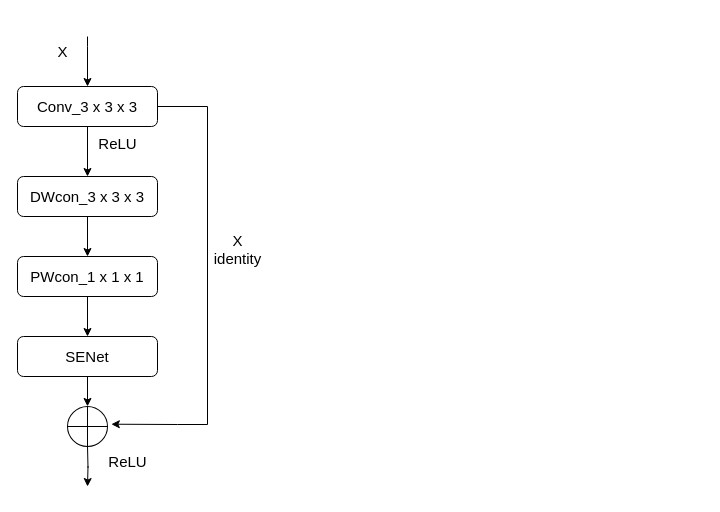
Before: page "图4" (4 of 4) of adnir.drawio in LittleY98/Draw_Repository, a draw.io diagram. Source tidied: cells renumbered, new cells numbered last; positions are measured from the earlier drawing's top-left corner, leaving out a move shared by most shapes. Both pictures are drawn from the tidied source at 100%, with x=0, y=0 at pixel (17, 36).
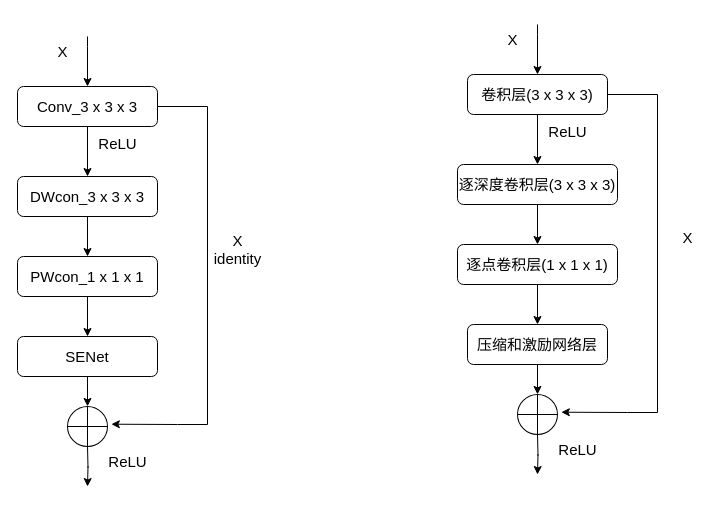
Above is the later version.

Diff of the diagram source:
```diff
@@
+    <mxCell id="18" style="edgeStyle=orthogonalEdgeStyle;rounded=0;jettySize=auto;html=1;fontSize=15;labelBackgroundColor=none;fontColor=default;" parent="1" edge="1" source="19" target="21">
+      <mxGeometry relative="1" as="geometry" />
+    </mxCell>
+    <mxCell id="19" value="卷积层(3 x 3 x 3)" style="rounded=1;whiteSpace=wrap;html=1;hachureGap=4;fontSize=15;labelBackgroundColor=none;" parent="1" vertex="1">
+      <mxGeometry x="450" y="38" width="140" height="40" as="geometry" />
+    </mxCell>
+    <mxCell id="20" style="edgeStyle=orthogonalEdgeStyle;rounded=0;jettySize=auto;html=1;" parent="1" edge="1" source="21" target="27">
+      <mxGeometry relative="1" as="geometry" />
+    </mxCell>
+    <mxCell id="21" value="&lt;font style=&quot;font-size: 15px;&quot;&gt;逐深度卷积层(3 x 3 x 3)&lt;/font&gt;" style="rounded=1;whiteSpace=wrap;html=1;hachureGap=4;fontSize=15;labelBackgroundColor=none;" parent="1" vertex="1">
+      <mxGeometry x="440" y="128" width="160" height="40" as="geometry" />
+    </mxCell>
+    <mxCell id="22" style="edgeStyle=orthogonalEdgeStyle;rounded=0;jettySize=auto;html=1;entryX=0.5;entryY=0;entryDx=0;entryDy=0;fontSize=15;labelBackgroundColor=none;fontColor=default;" parent="1" edge="1" target="19">
+      <mxGeometry relative="1" as="geometry">
+        <mxPoint x="520" y="-12" as="sourcePoint" />
+        <Array as="points">
+          <mxPoint x="520" y="-2" />
+        </Array>
+      </mxGeometry>
+    </mxCell>
+    <mxCell id="23" style="edgeStyle=orthogonalEdgeStyle;rounded=0;jettySize=auto;html=1;entryX=0.881;entryY=0.038;entryDx=0;entryDy=0;entryPerimeter=0;fontSize=15;labelBackgroundColor=none;fontColor=default;" parent="1" edge="1" target="31">
+      <mxGeometry relative="1" as="geometry">
+        <mxPoint x="590" y="58" as="sourcePoint" />
+        <Array as="points">
+          <mxPoint x="640" y="58" />
+          <mxPoint x="640" y="376" />
+          <mxPoint x="610" y="376" />
+        </Array>
+      </mxGeometry>
+    </mxCell>
+    <mxCell id="24" value="&lt;font style=&quot;font-size: 15px;&quot;&gt;ReLU&lt;/font&gt;" style="text;html=1;align=center;verticalAlign=middle;strokeColor=none;fillColor=none;fontSize=15;labelBackgroundColor=none;" parent="1" vertex="1">
+      <mxGeometry x="520" y="80" width="60" height="30" as="geometry" />
+    </mxCell>
+    <mxCell id="25" value="&lt;font style=&quot;font-size: 15px;&quot;&gt;X&lt;/font&gt;" style="text;html=1;align=center;verticalAlign=middle;strokeColor=none;fillColor=none;fontSize=15;labelBackgroundColor=none;" parent="1" vertex="1">
+      <mxGeometry x="480" y="-12" width="30" height="30" as="geometry" />
+    </mxCell>
+    <mxCell id="26" style="edgeStyle=orthogonalEdgeStyle;rounded=0;jettySize=auto;html=1;" parent="1" edge="1" source="27" target="29">
+      <mxGeometry relative="1" as="geometry" />
+    </mxCell>
+    <mxCell id="27" value="&lt;font style=&quot;font-size: 15px;&quot;&gt;逐点卷积层(1 x 1 x 1)&lt;/font&gt;" style="rounded=1;whiteSpace=wrap;html=1;hachureGap=4;fontSize=15;labelBackgroundColor=none;" parent="1" vertex="1">
+      <mxGeometry x="440" y="208" width="160" height="40" as="geometry" />
+    </mxCell>
+    <mxCell id="28" style="edgeStyle=orthogonalEdgeStyle;rounded=0;jettySize=auto;html=1;entryX=0.145;entryY=0.145;entryDx=0;entryDy=0;entryPerimeter=0;" parent="1" edge="1" source="29" target="31">
+      <mxGeometry relative="1" as="geometry" />
+    </mxCell>
+    <mxCell id="29" value="&lt;font style=&quot;font-size: 15px;&quot;&gt;压缩和激励网络层&lt;/font&gt;" style="rounded=1;whiteSpace=wrap;html=1;hachureGap=4;fontSize=15;labelBackgroundColor=none;" parent="1" vertex="1">
+      <mxGeometry x="450" y="288" width="140" height="40" as="geometry" />
+    </mxCell>
+    <mxCell id="30" value="&lt;font style=&quot;font-size: 15px;&quot;&gt;ReLU&lt;/font&gt;" style="text;html=1;align=center;verticalAlign=middle;strokeColor=none;fillColor=none;fontSize=15;labelBackgroundColor=none;" parent="1" vertex="1">
+      <mxGeometry x="530" y="398" width="60" height="30" as="geometry" />
+    </mxCell>
+    <mxCell id="31" style="verticalLabelPosition=bottom;verticalAlign=top;html=1;shape=mxgraph.flowchart.or;rotation=45;fontSize=15;labelBackgroundColor=none;" parent="1" vertex="1">
+      <mxGeometry x="500" y="358" width="40" height="40" as="geometry" />
+    </mxCell>
+    <mxCell id="32" style="edgeStyle=orthogonalEdgeStyle;rounded=0;orthogonalLoop=1;jettySize=auto;html=1;" parent="1" edge="1">
+      <mxGeometry relative="1" as="geometry">
+        <mxPoint x="520" y="398" as="sourcePoint" />
+        <mxPoint x="520" y="438" as="targetPoint" />
+      </mxGeometry>
+    </mxCell>
+    <mxCell id="33" value="X" style="text;html=1;align=center;verticalAlign=middle;strokeColor=none;fillColor=none;fontSize=15;" parent="1" vertex="1">
+      <mxGeometry x="655" y="186" width="30" height="30" as="geometry" />
+    </mxCell>
```
